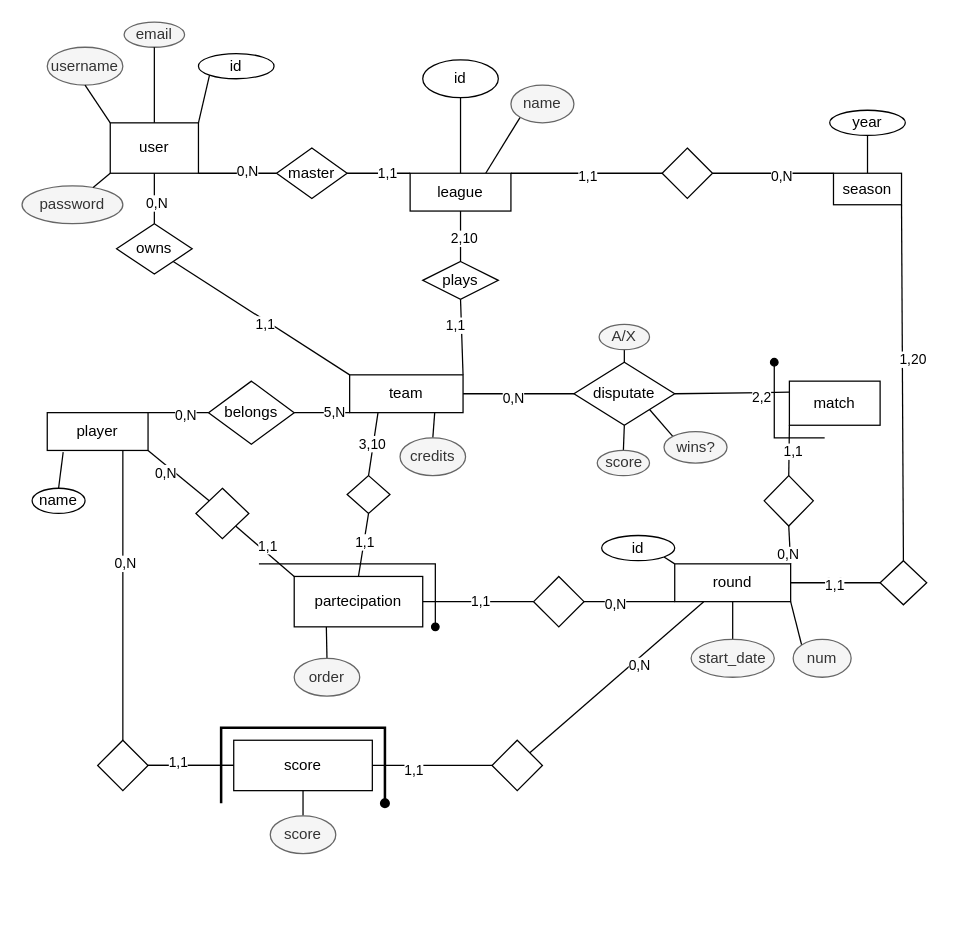
This is docs/er.drawio from SamueleFacenda/fantatt, a draw.io file, before an edit. Source tidied: cells renumbered, new cells numbered last; positions are measured from the earlier drawing's top-left corner, leaving out a move shared by most shapes. Both pictures are drawn from the tidied source at 126%, with x=0, y=0 at pixel (21, 21).
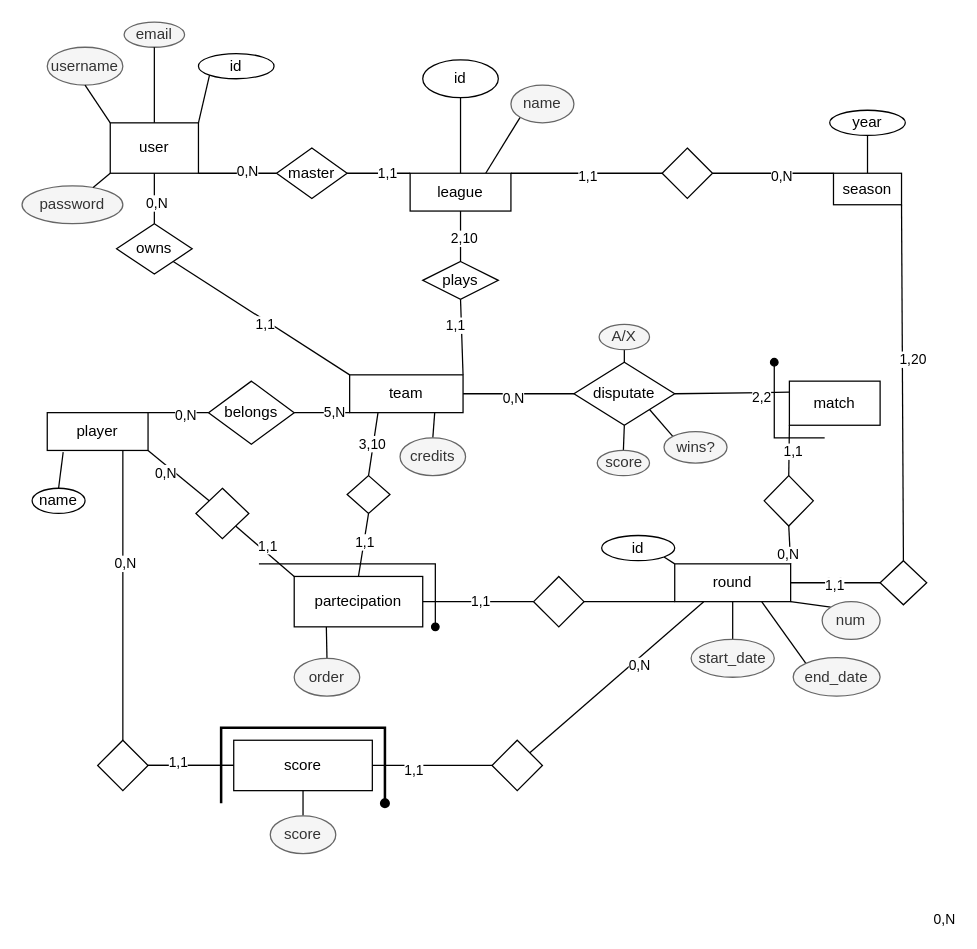
The same diagram, later.

Commit message (it also covers changes not shown here):
Add round end date

The change refers to these unchanged cells:
```xml
<mxCell id="48" value="round" style="rounded=0;whiteSpace=wrap;html=1;" parent="1" vertex="1">
  <mxGeometry x="518" y="430" width="92" height="30" as="geometry" />
</mxCell>
<mxCell id="57" style="rounded=0;jettySize=auto;html=1;exitX=1;exitY=0.5;exitDx=0;exitDy=0;entryX=0;entryY=1;entryDx=0;entryDy=0;endArrow=none;endFill=0;" parent="1" edge="1" source="59" target="48">
  <mxGeometry relative="1" as="geometry" />
</mxCell>
```

The edit, as a diff of the source:
```diff
@@
     <mxCell id="58" value="0,N" style="edgeLabel;html=1;align=center;verticalAlign=middle;" parent="57" vertex="1">
-      <mxGeometry x="-0.32" y="-1" relative="1" as="geometry" />
+      <mxGeometry x="-0.32" y="-1" relative="1" as="geometry">
+        <mxPoint x="261" y="250" as="offset" />
+      </mxGeometry>
     </mxCell>
@@
     <mxCell id="85" value="num" style="ellipse;whiteSpace=wrap;html=1;fillColor=#f5f5f5;fontColor=#333333;strokeColor=#666666;" parent="1" vertex="1">
-      <mxGeometry x="612" y="490" width="46" height="30" as="geometry" />
+      <mxGeometry x="635" y="460" width="46" height="30" as="geometry" />
     </mxCell>
@@
+    <mxCell id="114" style="rounded=0;jettySize=auto;html=1;exitX=0;exitY=0;exitDx=0;exitDy=0;entryX=0.75;entryY=1;entryDx=0;entryDy=0;endArrow=none;endFill=0;" parent="1" edge="1" source="115" target="48">
+      <mxGeometry relative="1" as="geometry" />
+    </mxCell>
+    <mxCell id="115" value="end_date" style="ellipse;whiteSpace=wrap;html=1;fillColor=#f5f5f5;fontColor=#333333;strokeColor=#666666;" parent="1" vertex="1">
+      <mxGeometry x="612" y="504.5" width="69" height="30.5" as="geometry" />
+    </mxCell>
```
